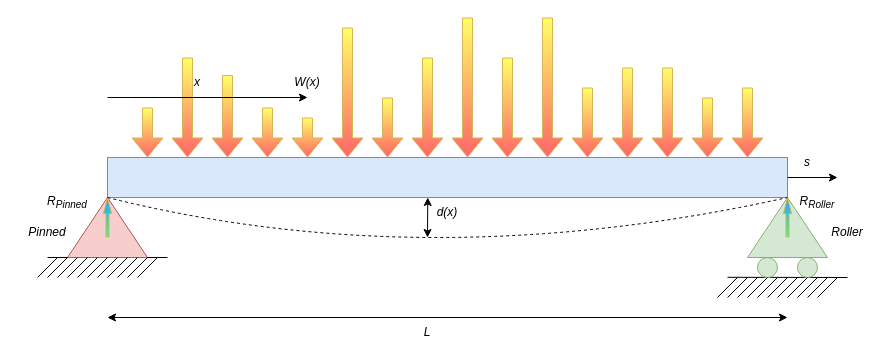
The draw.io diagram People/Jason/CAS 741/assets/temp/beam_bending_diagram_annotated.drawio in balacij/Drasil, before the edit. Source tidied: cells renumbered, new cells numbered last; positions are measured from the earlier drawing's top-left corner, leaving out a move shared by most shapes. Both pictures are drawn from the tidied source at 100%, with x=0, y=0 at pixel (17, 17).
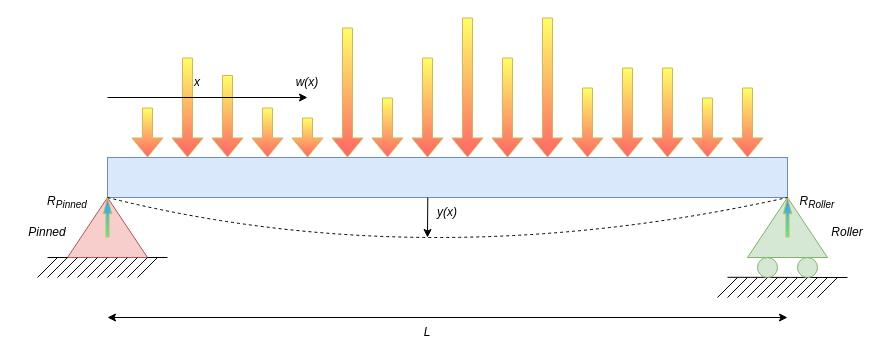
The same page after the edit.

Unchanged cells that the change refers to:
```xml
<mxCell id="3" style="rounded=0;whiteSpace=wrap;html=1;fillColor=#dae8fc;strokeColor=#6c8ebf;" parent="1" vertex="1">
  <mxGeometry x="90" y="140" width="680" height="40" as="geometry" />
</mxCell>
```

Change to the diagram source:
```diff
@@
-    <mxCell id="52" value="W(x)" style="text;html=1;strokeColor=none;fillColor=none;align=center;verticalAlign=middle;whiteSpace=wrap;rounded=0;fontStyle=2;" parent="1" vertex="1">
+    <mxCell id="52" value="w(x)" style="text;html=1;strokeColor=none;fillColor=none;align=center;verticalAlign=middle;whiteSpace=wrap;rounded=0;fontStyle=2;" parent="1" vertex="1">
       <mxGeometry x="260" y="50" width="60" height="30" as="geometry" />
     </mxCell>
@@
-    <mxCell id="56" style="endArrow=classic;startArrow=classic;html=1;rounded=0;entryX=0.471;entryY=1;entryDx=0;entryDy=0;entryPerimeter=0;" parent="1" edge="1" target="3">
+    <mxCell id="56" style="endArrow=none;startArrow=classic;html=1;rounded=0;entryX=0.471;entryY=1;entryDx=0;entryDy=0;entryPerimeter=0;startFill=1;endFill=0;" parent="1" edge="1" target="3">
       <mxGeometry relative="1" as="geometry">
         <mxPoint x="410" y="220" as="sourcePoint" />
       </mxGeometry>
     </mxCell>
-    <mxCell id="57" value="&lt;i&gt;d(x)&lt;/i&gt;" style="text;html=1;strokeColor=none;fillColor=none;align=center;verticalAlign=middle;whiteSpace=wrap;rounded=0;" parent="1" vertex="1">
+    <mxCell id="57" value="&lt;i&gt;y(x)&lt;/i&gt;" style="text;html=1;strokeColor=none;fillColor=none;align=center;verticalAlign=middle;whiteSpace=wrap;rounded=0;" parent="1" vertex="1">
       <mxGeometry x="400" y="180" width="60" height="30" as="geometry" />
     </mxCell>
@@
-    <mxCell id="62" style="endArrow=classic;html=1;rounded=0;fillColor=#33FF99;gradientColor=#3399FF;gradientDirection=north;" parent="1" edge="1">
-      <mxGeometry relative="1" as="geometry">
-        <mxPoint x="770" y="160" as="sourcePoint" />
-        <mxPoint x="820" y="160" as="targetPoint" />
-      </mxGeometry>
-    </mxCell>
-    <mxCell id="63" value="&lt;i&gt;s&lt;/i&gt;" style="text;html=1;strokeColor=none;fillColor=none;align=center;verticalAlign=middle;whiteSpace=wrap;rounded=0;" parent="1" vertex="1">
-      <mxGeometry x="760" y="130" width="60" height="30" as="geometry" />
-    </mxCell>
```
